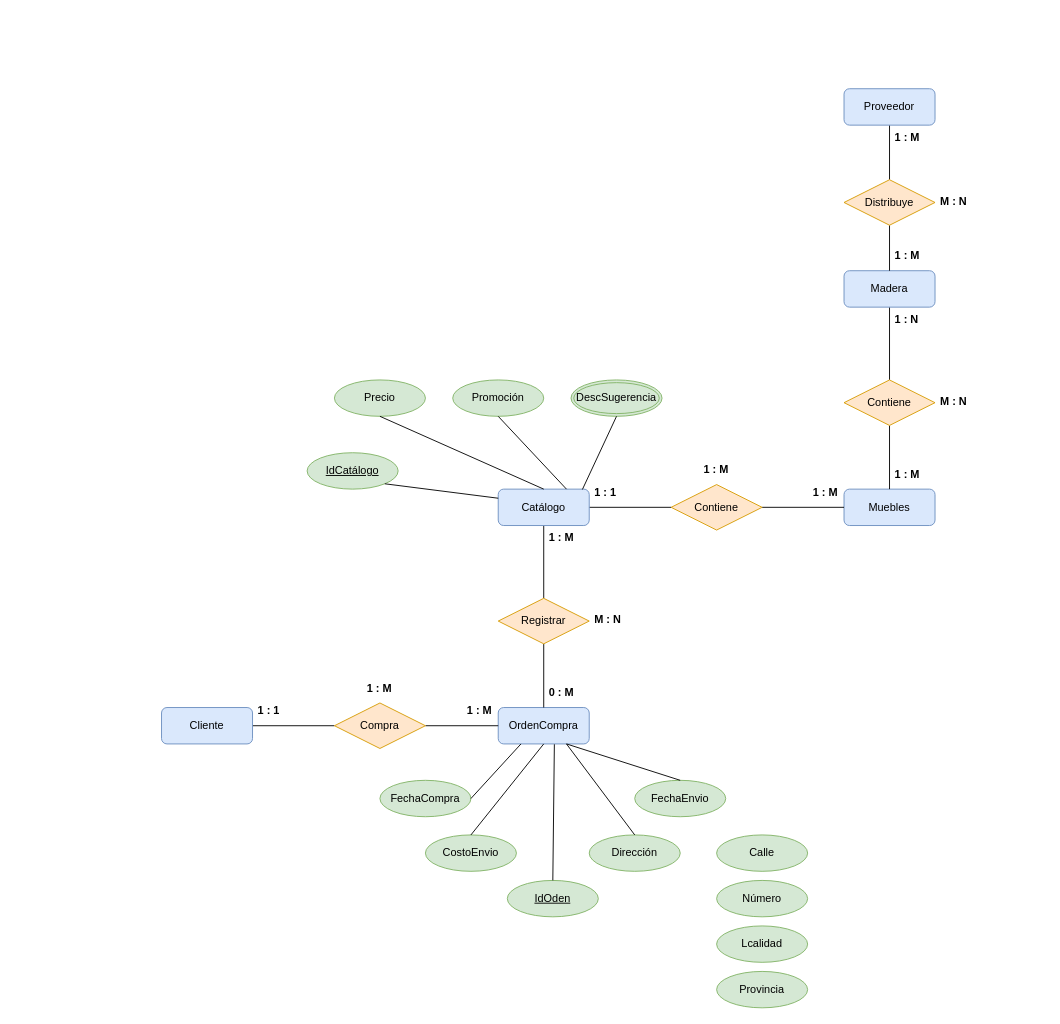
Earlier version of the draw.io diagram Diagrama_2_TrabajoClase.drawio (AngelDavidStudios/Diagramas_BdD_1). Source tidied: cells renumbered, new cells numbered last; positions are measured from the earlier drawing's top-left corner, leaving out a move shared by most shapes. Both pictures are drawn from the tidied source at 91%, with x=0, y=0 at pixel (161, 88).
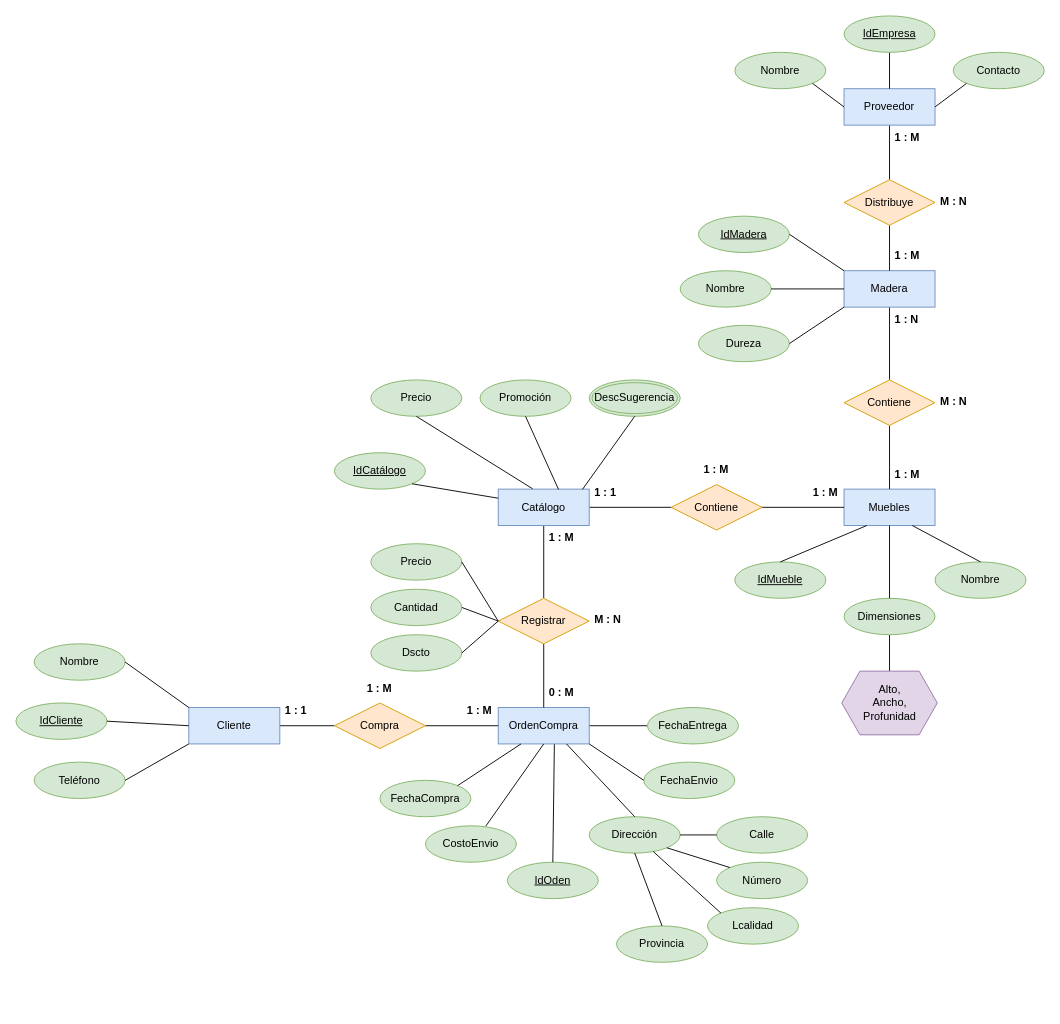
The same diagram, later.

The change refers to these unchanged cells:
```xml
<mxCell id="29" value="Registrar" style="shape=rhombus;perimeter=rhombusPerimeter;whiteSpace=wrap;html=1;align=center;fillColor=#ffe6cc;strokeColor=#d79b00;" parent="1" vertex="1">
  <mxGeometry x="370" y="560" width="100" height="50" as="geometry" />
</mxCell>
<mxCell id="47" value="FechaCompra" style="ellipse;whiteSpace=wrap;html=1;align=center;fillColor=#d5e8d4;strokeColor=#82b366;" parent="1" vertex="1">
  <mxGeometry x="240" y="760" width="100" height="40" as="geometry" />
</mxCell>
```

What changed in the source:
```diff
@@
-    <mxCell id="2" value="Muebles" style="whiteSpace=wrap;html=1;align=center;fillColor=#dae8fc;strokeColor=#6c8ebf;rounded=1;" parent="1" vertex="1">
+    <mxCell id="2" value="Muebles" style="whiteSpace=wrap;html=1;align=center;fillColor=#dae8fc;strokeColor=#6c8ebf;rounded=0;" parent="1" vertex="1">
       <mxGeometry x="750" y="440" width="100" height="40" as="geometry" />
     </mxCell>
@@
-    <mxCell id="4" value="Madera" style="whiteSpace=wrap;html=1;align=center;fillColor=#dae8fc;strokeColor=#6c8ebf;rounded=1;" parent="1" vertex="1">
+    <mxCell id="4" value="Madera" style="whiteSpace=wrap;html=1;align=center;fillColor=#dae8fc;strokeColor=#6c8ebf;rounded=0;" parent="1" vertex="1">
       <mxGeometry x="750" y="200" width="100" height="40" as="geometry" />
     </mxCell>
@@
-    <mxCell id="6" value="Cliente" style="whiteSpace=wrap;html=1;align=center;fillColor=#dae8fc;strokeColor=#6c8ebf;rounded=1;" parent="1" vertex="1">
-      <mxGeometry y="680" width="100" height="40" as="geometry" />
+    <mxCell id="6" value="Cliente" style="whiteSpace=wrap;html=1;align=center;fillColor=#dae8fc;strokeColor=#6c8ebf;rounded=0;" parent="1" vertex="1">
+      <mxGeometry x="30" y="680" width="100" height="40" as="geometry" />
     </mxCell>
+    <mxCell id="60" style="edgeStyle=orthogonalEdgeStyle;rounded=0;jettySize=auto;html=1;entryX=0;entryY=0.5;entryDx=0;entryDy=0;endArrow=none;endFill=0;" parent="1" edge="1" source="7" target="97">
+      <mxGeometry relative="1" as="geometry" />
+    </mxCell>
-    <mxCell id="7" value="OrdenCompra" style="whiteSpace=wrap;html=1;align=center;fillColor=#dae8fc;strokeColor=#6c8ebf;rounded=1;" parent="1" vertex="1">
+    <mxCell id="7" value="OrdenCompra" style="whiteSpace=wrap;html=1;align=center;fillColor=#dae8fc;strokeColor=#6c8ebf;rounded=0;" parent="1" vertex="1">
       <mxGeometry x="370" y="680" width="100" height="40" as="geometry" />
     </mxCell>
@@
-    <mxCell id="10" value="Catálogo" style="whiteSpace=wrap;html=1;align=center;fillColor=#dae8fc;strokeColor=#6c8ebf;rounded=1;" parent="1" vertex="1">
+    <mxCell id="10" value="Catálogo" style="whiteSpace=wrap;html=1;align=center;fillColor=#dae8fc;strokeColor=#6c8ebf;rounded=0;" parent="1" vertex="1">
       <mxGeometry x="370" y="440" width="100" height="40" as="geometry" />
     </mxCell>
@@
-    <mxCell id="17" value="Proveedor" style="whiteSpace=wrap;html=1;align=center;fillColor=#dae8fc;strokeColor=#6c8ebf;rounded=1;" parent="1" vertex="1">
+    <mxCell id="17" value="Proveedor" style="whiteSpace=wrap;html=1;align=center;fillColor=#dae8fc;strokeColor=#6c8ebf;rounded=0;" parent="1" vertex="1">
       <mxGeometry x="750" width="100" height="40" as="geometry" />
     </mxCell>
@@
     <mxCell id="37" value="1 : 1" style="text;strokeColor=none;fillColor=none;spacingLeft=4;spacingRight=4;overflow=hidden;fontSize=12;whiteSpace=wrap;html=1;fontStyle=1;" parent="1" vertex="1">
-      <mxGeometry x="100" y="670" width="40" height="30" as="geometry" />
+      <mxGeometry x="130" y="670" width="40" height="30" as="geometry" />
     </mxCell>
     <mxCell id="38" value="IdCatálogo" style="ellipse;whiteSpace=wrap;html=1;align=center;fontStyle=4;fillColor=#d5e8d4;strokeColor=#82b366;" parent="1" vertex="1">
-      <mxGeometry x="160" y="400" width="100" height="40" as="geometry" />
+      <mxGeometry x="190" y="400" width="100" height="40" as="geometry" />
     </mxCell>
     <mxCell id="39" value="Precio" style="ellipse;whiteSpace=wrap;html=1;align=center;fillColor=#d5e8d4;strokeColor=#82b366;" parent="1" vertex="1">
-      <mxGeometry x="190" y="320" width="100" height="40" as="geometry" />
+      <mxGeometry x="230" y="320" width="100" height="40" as="geometry" />
     </mxCell>
     <mxCell id="40" value="Promoción" style="ellipse;whiteSpace=wrap;html=1;align=center;fillColor=#d5e8d4;strokeColor=#82b366;" parent="1" vertex="1">
-      <mxGeometry x="320" y="320" width="100" height="40" as="geometry" />
+      <mxGeometry x="350" y="320" width="100" height="40" as="geometry" />
     </mxCell>
@@
-    <mxCell id="42" style="endArrow=none;html=1;rounded=0;entryX=0.5;entryY=0;entryDx=0;entryDy=0;exitX=0.5;exitY=1;exitDx=0;exitDy=0;" parent="1" edge="1" source="39" target="10">
+    <mxCell id="42" style="endArrow=none;html=1;rounded=0;entryX=0.378;entryY=-0.01;entryDx=0;entryDy=0;exitX=0.5;exitY=1;exitDx=0;exitDy=0;entryPerimeter=0;" parent="1" edge="1" source="39" target="10">
       <mxGeometry relative="1" as="geometry" />
     </mxCell>
-    <mxCell id="43" style="endArrow=none;html=1;rounded=0;entryX=0.75;entryY=0;entryDx=0;entryDy=0;exitX=0.5;exitY=1;exitDx=0;exitDy=0;" parent="1" edge="1" source="40" target="10">
+    <mxCell id="43" style="endArrow=none;html=1;rounded=0;entryX=0.663;entryY=0.01;entryDx=0;entryDy=0;exitX=0.5;exitY=1;exitDx=0;exitDy=0;entryPerimeter=0;" parent="1" edge="1" source="40" target="10">
       <mxGeometry relative="1" as="geometry" />
     </mxCell>
     <mxCell id="44" value="DescSugerencia" style="ellipse;shape=doubleEllipse;margin=3;whiteSpace=wrap;html=1;align=center;fillColor=#d5e8d4;strokeColor=#82b366;" parent="1" vertex="1">
-      <mxGeometry x="450" y="320" width="100" height="40" as="geometry" />
+      <mxGeometry x="470" y="320" width="100" height="40" as="geometry" />
     </mxCell>
@@
     <mxCell id="46" value="IdOden" style="ellipse;whiteSpace=wrap;html=1;align=center;fontStyle=4;fillColor=#d5e8d4;strokeColor=#82b366;" parent="1" vertex="1">
-      <mxGeometry x="380" y="870" width="100" height="40" as="geometry" />
+      <mxGeometry x="380" y="850" width="100" height="40" as="geometry" />
     </mxCell>
@@
     <mxCell id="48" value="Dirección" style="ellipse;whiteSpace=wrap;html=1;align=center;fillColor=#d5e8d4;strokeColor=#82b366;" parent="1" vertex="1">
-      <mxGeometry x="470" y="820" width="100" height="40" as="geometry" />
+      <mxGeometry x="470" y="800" width="100" height="40" as="geometry" />
     </mxCell>
     <mxCell id="49" value="FechaEnvio" style="ellipse;whiteSpace=wrap;html=1;align=center;fillColor=#d5e8d4;strokeColor=#82b366;" parent="1" vertex="1">
-      <mxGeometry x="520" y="760" width="100" height="40" as="geometry" />
+      <mxGeometry x="530" y="740" width="100" height="40" as="geometry" />
     </mxCell>
     <mxCell id="50" value="CostoEnvio" style="ellipse;whiteSpace=wrap;html=1;align=center;fillColor=#d5e8d4;strokeColor=#82b366;" parent="1" vertex="1">
-      <mxGeometry x="290" y="820" width="100" height="40" as="geometry" />
+      <mxGeometry x="290" y="810" width="100" height="40" as="geometry" />
     </mxCell>
     <mxCell id="51" value="Calle" style="ellipse;whiteSpace=wrap;html=1;align=center;fillColor=#d5e8d4;strokeColor=#82b366;" parent="1" vertex="1">
-      <mxGeometry x="610" y="820" width="100" height="40" as="geometry" />
+      <mxGeometry x="610" y="800" width="100" height="40" as="geometry" />
     </mxCell>
     <mxCell id="52" value="Número" style="ellipse;whiteSpace=wrap;html=1;align=center;fillColor=#d5e8d4;strokeColor=#82b366;" parent="1" vertex="1">
-      <mxGeometry x="610" y="870" width="100" height="40" as="geometry" />
+      <mxGeometry x="610" y="850" width="100" height="40" as="geometry" />
     </mxCell>
-    <mxCell id="53" style="endArrow=none;html=1;rounded=0;exitX=0.25;exitY=1;exitDx=0;exitDy=0;entryX=1;entryY=0.5;entryDx=0;entryDy=0;" parent="1" edge="1" source="7" target="47">
+    <mxCell id="53" style="endArrow=none;html=1;rounded=0;exitX=0.25;exitY=1;exitDx=0;exitDy=0;entryX=1;entryY=0;entryDx=0;entryDy=0;" parent="1" edge="1" source="7" target="47">
       <mxGeometry relative="1" as="geometry" />
     </mxCell>
-    <mxCell id="54" style="endArrow=none;html=1;rounded=0;exitX=0.5;exitY=1;exitDx=0;exitDy=0;entryX=0.5;entryY=0;entryDx=0;entryDy=0;" parent="1" edge="1" source="7" target="50">
+    <mxCell id="54" style="endArrow=none;html=1;rounded=0;exitX=0.5;exitY=1;exitDx=0;exitDy=0;entryX=0.663;entryY=0.01;entryDx=0;entryDy=0;entryPerimeter=0;" parent="1" edge="1" source="7" target="50">
       <mxGeometry relative="1" as="geometry" />
     </mxCell>
-    <mxCell id="55" style="endArrow=none;html=1;rounded=0;exitX=0.75;exitY=1;exitDx=0;exitDy=0;entryX=0.5;entryY=0;entryDx=0;entryDy=0;" parent="1" edge="1" source="7" target="49">
+    <mxCell id="55" style="endArrow=none;html=1;rounded=0;exitX=1;exitY=1;exitDx=0;exitDy=0;entryX=0;entryY=0.5;entryDx=0;entryDy=0;" parent="1" edge="1" source="7" target="49">
       <mxGeometry relative="1" as="geometry" />
     </mxCell>
@@
     <mxCell id="58" value="Lcalidad" style="ellipse;whiteSpace=wrap;html=1;align=center;fillColor=#d5e8d4;strokeColor=#82b366;" parent="1" vertex="1">
-      <mxGeometry x="610" y="920" width="100" height="40" as="geometry" />
+      <mxGeometry x="600" y="900" width="100" height="40" as="geometry" />
     </mxCell>
     <mxCell id="59" value="Provincia" style="ellipse;whiteSpace=wrap;html=1;align=center;fillColor=#d5e8d4;strokeColor=#82b366;" parent="1" vertex="1">
-      <mxGeometry x="610" y="970" width="100" height="40" as="geometry" />
+      <mxGeometry x="500" y="920" width="100" height="40" as="geometry" />
     </mxCell>
+    <mxCell id="61" value="IdMueble" style="ellipse;whiteSpace=wrap;html=1;align=center;fontStyle=4;fillColor=#d5e8d4;strokeColor=#82b366;" parent="1" vertex="1">
+      <mxGeometry x="630" y="520" width="100" height="40" as="geometry" />
+    </mxCell>
+    <mxCell id="62" value="Nombre" style="ellipse;whiteSpace=wrap;html=1;align=center;fillColor=#d5e8d4;strokeColor=#82b366;" parent="1" vertex="1">
+      <mxGeometry x="850" y="520" width="100" height="40" as="geometry" />
+    </mxCell>
+    <mxCell id="63" style="edgeStyle=orthogonalEdgeStyle;rounded=0;jettySize=auto;html=1;entryX=0.5;entryY=0;entryDx=0;entryDy=0;endArrow=none;endFill=0;" parent="1" edge="1" source="64" target="68">
+      <mxGeometry relative="1" as="geometry" />
+    </mxCell>
+    <mxCell id="64" value="Dimensiones" style="ellipse;whiteSpace=wrap;html=1;align=center;fillColor=#d5e8d4;strokeColor=#82b366;" parent="1" vertex="1">
+      <mxGeometry x="750" y="560" width="100" height="40" as="geometry" />
+    </mxCell>
+    <mxCell id="65" style="endArrow=none;html=1;rounded=0;entryX=0.75;entryY=1;entryDx=0;entryDy=0;exitX=0.5;exitY=0;exitDx=0;exitDy=0;" parent="1" edge="1" source="62" target="2">
+      <mxGeometry relative="1" as="geometry" />
+    </mxCell>
+    <mxCell id="66" style="endArrow=none;html=1;rounded=0;entryX=0.25;entryY=1;entryDx=0;entryDy=0;exitX=0.5;exitY=0;exitDx=0;exitDy=0;" parent="1" edge="1" source="61" target="2">
+      <mxGeometry relative="1" as="geometry" />
+    </mxCell>
+    <mxCell id="67" style="endArrow=none;html=1;rounded=0;entryX=0.5;entryY=1;entryDx=0;entryDy=0;exitX=0.5;exitY=0;exitDx=0;exitDy=0;" parent="1" edge="1" source="64" target="2">
+      <mxGeometry relative="1" as="geometry" />
+    </mxCell>
+    <mxCell id="68" value="Alto,&lt;div&gt;Ancho,&lt;/div&gt;&lt;div&gt;Profunidad&lt;/div&gt;" style="shape=hexagon;perimeter=hexagonPerimeter2;whiteSpace=wrap;html=1;fixedSize=1;fillColor=#e1d5e7;strokeColor=#9673a6;" parent="1" vertex="1">
+      <mxGeometry x="747.5" y="640" width="105" height="70" as="geometry" />
+    </mxCell>
+    <mxCell id="69" value="IdMadera" style="ellipse;whiteSpace=wrap;html=1;align=center;fontStyle=4;fillColor=#d5e8d4;strokeColor=#82b366;" parent="1" vertex="1">
+      <mxGeometry x="590" y="140" width="100" height="40" as="geometry" />
+    </mxCell>
+    <mxCell id="70" value="Nombre" style="ellipse;whiteSpace=wrap;html=1;align=center;fillColor=#d5e8d4;strokeColor=#82b366;" parent="1" vertex="1">
+      <mxGeometry x="570" y="200" width="100" height="40" as="geometry" />
+    </mxCell>
+    <mxCell id="71" value="Dureza" style="ellipse;whiteSpace=wrap;html=1;align=center;fillColor=#d5e8d4;strokeColor=#82b366;" parent="1" vertex="1">
+      <mxGeometry x="590" y="260" width="100" height="40" as="geometry" />
+    </mxCell>
+    <mxCell id="72" style="endArrow=none;html=1;rounded=0;exitX=1;exitY=0.5;exitDx=0;exitDy=0;entryX=0;entryY=0;entryDx=0;entryDy=0;" parent="1" edge="1" source="69" target="4">
+      <mxGeometry relative="1" as="geometry" />
+    </mxCell>
+    <mxCell id="73" style="endArrow=none;html=1;rounded=0;exitX=1;exitY=0.5;exitDx=0;exitDy=0;entryX=0;entryY=0.5;entryDx=0;entryDy=0;" parent="1" edge="1" source="70" target="4">
+      <mxGeometry relative="1" as="geometry" />
+    </mxCell>
+    <mxCell id="74" style="endArrow=none;html=1;rounded=0;exitX=1;exitY=0.5;exitDx=0;exitDy=0;entryX=0;entryY=1;entryDx=0;entryDy=0;" parent="1" edge="1" source="71" target="4">
+      <mxGeometry relative="1" as="geometry" />
+    </mxCell>
+    <mxCell id="75" style="edgeStyle=orthogonalEdgeStyle;rounded=0;jettySize=auto;html=1;entryX=0.5;entryY=0;entryDx=0;entryDy=0;endArrow=none;endFill=0;" parent="1" edge="1" source="76" target="17">
+      <mxGeometry relative="1" as="geometry" />
+    </mxCell>
+    <mxCell id="76" value="IdEmpresa" style="ellipse;whiteSpace=wrap;html=1;align=center;fontStyle=4;fillColor=#d5e8d4;strokeColor=#82b366;" parent="1" vertex="1">
+      <mxGeometry x="750" y="-80" width="100" height="40" as="geometry" />
+    </mxCell>
+    <mxCell id="77" value="Nombre" style="ellipse;whiteSpace=wrap;html=1;align=center;fillColor=#d5e8d4;strokeColor=#82b366;" parent="1" vertex="1">
+      <mxGeometry x="630" y="-40" width="100" height="40" as="geometry" />
+    </mxCell>
+    <mxCell id="78" value="Contacto" style="ellipse;whiteSpace=wrap;html=1;align=center;fillColor=#d5e8d4;strokeColor=#82b366;" parent="1" vertex="1">
+      <mxGeometry x="870" y="-40" width="100" height="40" as="geometry" />
+    </mxCell>
+    <mxCell id="79" style="endArrow=none;html=1;rounded=0;entryX=0;entryY=0.5;entryDx=0;entryDy=0;exitX=1;exitY=1;exitDx=0;exitDy=0;" parent="1" edge="1" source="77" target="17">
+      <mxGeometry relative="1" as="geometry" />
+    </mxCell>
+    <mxCell id="80" style="endArrow=none;html=1;rounded=0;exitX=1;exitY=0.5;exitDx=0;exitDy=0;entryX=0;entryY=1;entryDx=0;entryDy=0;" parent="1" edge="1" source="17" target="78">
+      <mxGeometry relative="1" as="geometry" />
+    </mxCell>
+    <mxCell id="81" value="IdCliente" style="ellipse;whiteSpace=wrap;html=1;align=center;fontStyle=4;fillColor=#d5e8d4;strokeColor=#82b366;" parent="1" vertex="1">
+      <mxGeometry x="-160" y="675" width="100" height="40" as="geometry" />
+    </mxCell>
+    <mxCell id="82" value="Nombre" style="ellipse;whiteSpace=wrap;html=1;align=center;fillColor=#d5e8d4;strokeColor=#82b366;" parent="1" vertex="1">
+      <mxGeometry x="-140" y="610" width="100" height="40" as="geometry" />
+    </mxCell>
+    <mxCell id="83" value="Teléfono" style="ellipse;whiteSpace=wrap;html=1;align=center;fillColor=#d5e8d4;strokeColor=#82b366;" parent="1" vertex="1">
+      <mxGeometry x="-140" y="740" width="100" height="40" as="geometry" />
+    </mxCell>
+    <mxCell id="84" style="endArrow=none;html=1;rounded=0;exitX=1;exitY=0.5;exitDx=0;exitDy=0;entryX=0;entryY=0.5;entryDx=0;entryDy=0;" parent="1" edge="1" source="81" target="6">
+      <mxGeometry relative="1" as="geometry" />
+    </mxCell>
+    <mxCell id="85" style="endArrow=none;html=1;rounded=0;exitX=1;exitY=0.5;exitDx=0;exitDy=0;entryX=0;entryY=0;entryDx=0;entryDy=0;" parent="1" edge="1" source="82" target="6">
+      <mxGeometry relative="1" as="geometry" />
+    </mxCell>
+    <mxCell id="86" style="endArrow=none;html=1;rounded=0;exitX=1;exitY=0.5;exitDx=0;exitDy=0;entryX=0;entryY=1;entryDx=0;entryDy=0;" parent="1" edge="1" source="83" target="6">
+      <mxGeometry relative="1" as="geometry" />
+    </mxCell>
+    <mxCell id="87" style="endArrow=none;html=1;rounded=0;exitX=1;exitY=0.5;exitDx=0;exitDy=0;entryX=0;entryY=0.5;entryDx=0;entryDy=0;" parent="1" edge="1" source="48" target="51">
+      <mxGeometry relative="1" as="geometry" />
+    </mxCell>
+    <mxCell id="88" style="endArrow=none;html=1;rounded=0;exitX=1;exitY=1;exitDx=0;exitDy=0;entryX=0;entryY=0;entryDx=0;entryDy=0;" parent="1" edge="1" source="48" target="52">
+      <mxGeometry relative="1" as="geometry" />
+    </mxCell>
+    <mxCell id="89" style="endArrow=none;html=1;rounded=0;exitX=0.702;exitY=0.952;exitDx=0;exitDy=0;entryX=0;entryY=0;entryDx=0;entryDy=0;exitPerimeter=0;" parent="1" edge="1" source="48" target="58">
+      <mxGeometry relative="1" as="geometry" />
+    </mxCell>
+    <mxCell id="90" style="endArrow=none;html=1;rounded=0;exitX=0.5;exitY=1;exitDx=0;exitDy=0;entryX=0.5;entryY=0;entryDx=0;entryDy=0;" parent="1" edge="1" source="48" target="59">
+      <mxGeometry relative="1" as="geometry" />
+    </mxCell>
+    <mxCell id="91" value="Precio" style="ellipse;whiteSpace=wrap;html=1;align=center;fillColor=#d5e8d4;strokeColor=#82b366;" parent="1" vertex="1">
+      <mxGeometry x="230" y="500" width="100" height="40" as="geometry" />
+    </mxCell>
+    <mxCell id="92" value="Cantidad" style="ellipse;whiteSpace=wrap;html=1;align=center;fillColor=#d5e8d4;strokeColor=#82b366;" parent="1" vertex="1">
+      <mxGeometry x="230" y="550" width="100" height="40" as="geometry" />
+    </mxCell>
+    <mxCell id="93" value="Dscto" style="ellipse;whiteSpace=wrap;html=1;align=center;fillColor=#d5e8d4;strokeColor=#82b366;" parent="1" vertex="1">
+      <mxGeometry x="230" y="600" width="100" height="40" as="geometry" />
+    </mxCell>
+    <mxCell id="94" style="endArrow=none;html=1;rounded=0;exitX=1;exitY=0.5;exitDx=0;exitDy=0;entryX=0;entryY=0.5;entryDx=0;entryDy=0;" parent="1" edge="1" source="91" target="29">
+      <mxGeometry relative="1" as="geometry" />
+    </mxCell>
+    <mxCell id="95" style="endArrow=none;html=1;rounded=0;exitX=1;exitY=0.5;exitDx=0;exitDy=0;entryX=0;entryY=0.5;entryDx=0;entryDy=0;" parent="1" edge="1" source="92" target="29">
+      <mxGeometry relative="1" as="geometry" />
+    </mxCell>
+    <mxCell id="96" style="endArrow=none;html=1;rounded=0;exitX=1;exitY=0.5;exitDx=0;exitDy=0;entryX=0;entryY=0.5;entryDx=0;entryDy=0;" parent="1" edge="1" source="93" target="29">
+      <mxGeometry relative="1" as="geometry" />
+    </mxCell>
+    <mxCell id="97" value="FechaEntrega" style="ellipse;whiteSpace=wrap;html=1;align=center;fillColor=#d5e8d4;strokeColor=#82b366;" parent="1" vertex="1">
+      <mxGeometry x="534" y="680" width="100" height="40" as="geometry" />
+    </mxCell>
```
